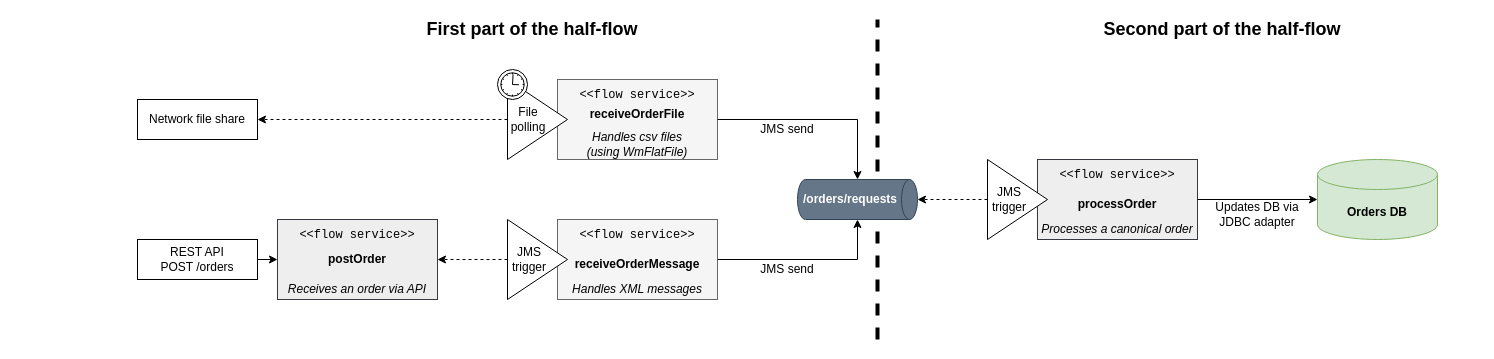
staillanibm/demoOrderManagement keeps this draw.io diagram as page "Simplified Architecture" (1 of 2) of resources/documentation/diagrams/diagrams.drawio. Above is the earlier version. Source tidied: cells renumbered, new cells numbered last; positions are measured from the earlier drawing's top-left corner, leaving out a move shared by most shapes. Both pictures are drawn from the tidied source at 100%, with x=0, y=0 at pixel (117, 19).
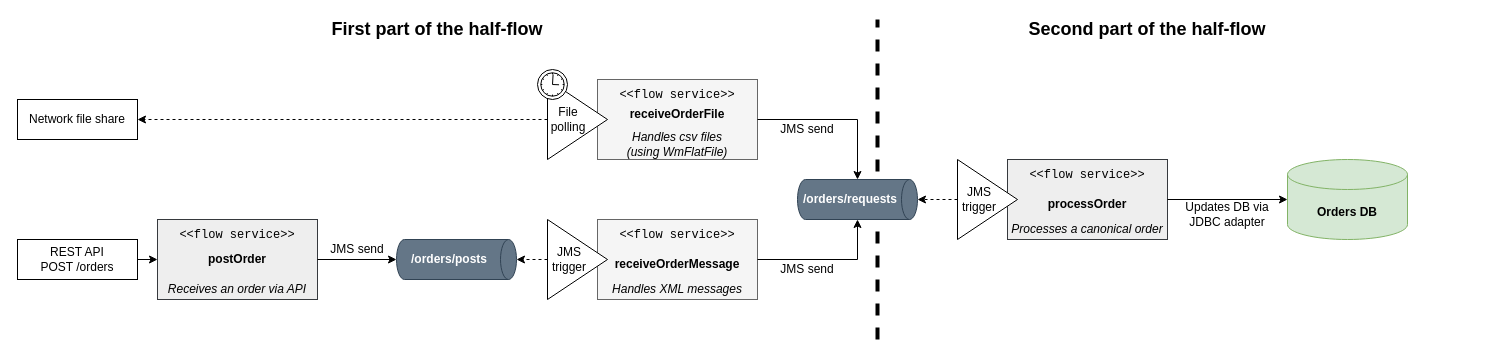
The same page after the edit.

What changed in the source:
```diff
@@
     <mxCell id="4" style="rounded=0;whiteSpace=wrap;html=1;fillColor=#eeeeee;strokeColor=#36393d;" parent="1" vertex="1">
-      <mxGeometry x="920" y="140" width="160" height="80" as="geometry" />
+      <mxGeometry x="890" y="140" width="160" height="80" as="geometry" />
     </mxCell>
     <mxCell id="5" style="triangle;whiteSpace=wrap;html=1;" parent="1" vertex="1">
-      <mxGeometry x="870" y="140" width="60" height="80" as="geometry" />
+      <mxGeometry x="840" y="140" width="60" height="80" as="geometry" />
     </mxCell>
     <mxCell id="6" value="Orders DB" style="shape=cylinder3;whiteSpace=wrap;html=1;boundedLbl=1;backgroundOutline=1;size=15;fillColor=#d5e8d4;strokeColor=#82b366;fontStyle=1;" parent="1" vertex="1">
-      <mxGeometry x="1200" y="140" width="120" height="80" as="geometry" />
+      <mxGeometry x="1170" y="140" width="120" height="80" as="geometry" />
     </mxCell>
     <mxCell id="7" style="rounded=0;whiteSpace=wrap;html=1;fillColor=#f5f5f5;fontColor=#333333;strokeColor=#666666;" parent="1" vertex="1">
-      <mxGeometry x="440" y="60" width="160" height="80" as="geometry" />
+      <mxGeometry x="480" y="60" width="160" height="80" as="geometry" />
     </mxCell>
     <mxCell id="8" style="rounded=0;whiteSpace=wrap;html=1;fillColor=#f5f5f5;fontColor=#333333;strokeColor=#666666;" parent="1" vertex="1">
-      <mxGeometry x="440" y="200" width="160" height="80" as="geometry" />
+      <mxGeometry x="480" y="200" width="160" height="80" as="geometry" />
     </mxCell>
     <mxCell id="9" value="&lt;font face=&quot;Courier New&quot;&gt;&amp;lt;&amp;lt;flow service&amp;gt;&amp;gt;&lt;/font&gt;" style="text;html=1;align=center;verticalAlign=middle;whiteSpace=wrap;rounded=0;" parent="1" vertex="1">
-      <mxGeometry x="920" y="140" width="160" height="30" as="geometry" />
+      <mxGeometry x="890" y="140" width="160" height="30" as="geometry" />
     </mxCell>
     <mxCell id="10" value="&lt;font face=&quot;Courier New&quot;&gt;&amp;lt;&amp;lt;flow service&amp;gt;&amp;gt;&lt;/font&gt;" style="text;html=1;align=center;verticalAlign=middle;whiteSpace=wrap;rounded=0;" parent="1" vertex="1">
-      <mxGeometry x="440" y="60" width="160" height="30" as="geometry" />
+      <mxGeometry x="480" y="60" width="160" height="30" as="geometry" />
     </mxCell>
     <mxCell id="11" value="&lt;font face=&quot;Courier New&quot;&gt;&amp;lt;&amp;lt;flow service&amp;gt;&amp;gt;&lt;/font&gt;" style="text;html=1;align=center;verticalAlign=middle;whiteSpace=wrap;rounded=0;" parent="1" vertex="1">
-      <mxGeometry x="440" y="200" width="160" height="30" as="geometry" />
+      <mxGeometry x="480" y="200" width="160" height="30" as="geometry" />
     </mxCell>
     <mxCell id="12" value="receiveOrderMessage" style="text;html=1;align=center;verticalAlign=middle;whiteSpace=wrap;rounded=0;fontStyle=1;" parent="1" vertex="1">
-      <mxGeometry x="440" y="230" width="160" height="30" as="geometry" />
+      <mxGeometry x="480" y="230" width="160" height="30" as="geometry" />
     </mxCell>
     <mxCell id="13" value="receiveOrderFile" style="text;html=1;align=center;verticalAlign=middle;whiteSpace=wrap;rounded=0;fontStyle=1;" parent="1" vertex="1">
-      <mxGeometry x="440" y="80" width="160" height="30" as="geometry" />
+      <mxGeometry x="480" y="80" width="160" height="30" as="geometry" />
     </mxCell>
@@
     <mxCell id="15" value="processOrder" style="text;html=1;align=center;verticalAlign=middle;whiteSpace=wrap;rounded=0;fontStyle=1;" parent="1" vertex="1">
-      <mxGeometry x="920" y="170" width="160" height="30" as="geometry" />
+      <mxGeometry x="890" y="170" width="160" height="30" as="geometry" />
     </mxCell>
@@
     <mxCell id="18" value="JMS send" style="text;html=1;align=center;verticalAlign=middle;whiteSpace=wrap;rounded=0;" parent="1" vertex="1">
-      <mxGeometry x="620" y="100" width="100" height="20" as="geometry" />
+      <mxGeometry x="640" y="100" width="100" height="20" as="geometry" />
     </mxCell>
     <mxCell id="19" value="JMS send" style="text;html=1;align=center;verticalAlign=middle;whiteSpace=wrap;rounded=0;" parent="1" vertex="1">
-      <mxGeometry x="620" y="240" width="100" height="20" as="geometry" />
+      <mxGeometry x="640" y="240" width="100" height="20" as="geometry" />
     </mxCell>
@@
     <mxCell id="21" value="JMS&lt;br&gt;trigger" style="text;html=1;align=center;verticalAlign=middle;whiteSpace=wrap;rounded=0;fontStyle=0;" parent="1" vertex="1">
-      <mxGeometry x="872" y="165" width="40" height="30" as="geometry" />
+      <mxGeometry x="842" y="165" width="40" height="30" as="geometry" />
     </mxCell>
@@
     <mxCell id="23" style="triangle;whiteSpace=wrap;html=1;" parent="1" vertex="1">
-      <mxGeometry x="390" y="60" width="60" height="80" as="geometry" />
+      <mxGeometry x="430" y="60" width="60" height="80" as="geometry" />
     </mxCell>
     <mxCell id="24" style="shape=mxgraph.bpmn.event;html=1;verticalLabelPosition=bottom;labelBackgroundColor=#ffffff;verticalAlign=top;align=center;perimeter=ellipsePerimeter;outline=standard;symbol=timer;" parent="1" vertex="1">
-      <mxGeometry x="380" y="50" width="30" height="30" as="geometry" />
+      <mxGeometry x="420" y="50" width="30" height="30" as="geometry" />
     </mxCell>
     <mxCell id="25" value="File polling" style="text;html=1;align=center;verticalAlign=middle;whiteSpace=wrap;rounded=0;fontStyle=0;" parent="1" vertex="1">
-      <mxGeometry x="391" y="85" width="40" height="30" as="geometry" />
+      <mxGeometry x="431" y="85" width="40" height="30" as="geometry" />
     </mxCell>
     <mxCell id="26" value="Handles csv files&lt;br&gt;(using WmFlatFile)" style="text;html=1;align=center;verticalAlign=middle;whiteSpace=wrap;rounded=0;fontStyle=2;" parent="1" vertex="1">
-      <mxGeometry x="440" y="110" width="160" height="30" as="geometry" />
+      <mxGeometry x="480" y="110" width="160" height="30" as="geometry" />
     </mxCell>
     <mxCell id="27" value="Handles XML messages" style="text;html=1;align=center;verticalAlign=middle;whiteSpace=wrap;rounded=0;fontStyle=2;" parent="1" vertex="1">
-      <mxGeometry x="440" y="260" width="160" height="20" as="geometry" />
+      <mxGeometry x="480" y="260" width="160" height="20" as="geometry" />
     </mxCell>
     <mxCell id="28" value="Processes a canonical order" style="text;html=1;align=center;verticalAlign=middle;whiteSpace=wrap;rounded=0;fontStyle=2;" parent="1" vertex="1">
-      <mxGeometry x="920" y="200" width="160" height="20" as="geometry" />
+      <mxGeometry x="890" y="200" width="160" height="20" as="geometry" />
     </mxCell>
-    <mxCell id="29" style="edgeStyle=orthogonalEdgeStyle;rounded=0;jettySize=auto;html=1;exitX=0;exitY=0.5;exitDx=0;exitDy=0;entryX=1;entryY=0.5;entryDx=0;entryDy=0;dashed=1;" parent="1" edge="1" source="30" target="34">
-      <mxGeometry relative="1" as="geometry" />
-    </mxCell>
     <mxCell id="30" style="triangle;whiteSpace=wrap;html=1;" parent="1" vertex="1">
-      <mxGeometry x="390" y="200" width="60" height="80" as="geometry" />
+      <mxGeometry x="430" y="200" width="60" height="80" as="geometry" />
     </mxCell>
+    <mxCell id="43" style="edgeStyle=orthogonalEdgeStyle;rounded=0;jettySize=auto;html=1;dashed=1;entryX=0.5;entryY=0;entryDx=0;entryDy=0;entryPerimeter=0;" parent="1" edge="1" target="44">
+      <mxGeometry relative="1" as="geometry">
+        <mxPoint x="430" y="240" as="sourcePoint" />
+      </mxGeometry>
+    </mxCell>
     <mxCell id="31" value="JMS&lt;br&gt;trigger" style="text;html=1;align=center;verticalAlign=middle;whiteSpace=wrap;rounded=0;fontStyle=0;" parent="1" vertex="1">
-      <mxGeometry x="392" y="225" width="40" height="30" as="geometry" />
+      <mxGeometry x="432" y="225" width="40" height="30" as="geometry" />
     </mxCell>
     <mxCell id="32" style="rounded=0;whiteSpace=wrap;html=1;fillColor=#eeeeee;strokeColor=#36393d;" parent="1" vertex="1">
-      <mxGeometry x="160" y="200" width="160" height="80" as="geometry" />
+      <mxGeometry x="40" y="200" width="160" height="80" as="geometry" />
     </mxCell>
     <mxCell id="33" value="&lt;font face=&quot;Courier New&quot;&gt;&amp;lt;&amp;lt;flow service&amp;gt;&amp;gt;&lt;/font&gt;" style="text;html=1;align=center;verticalAlign=middle;whiteSpace=wrap;rounded=0;" parent="1" vertex="1">
-      <mxGeometry x="160" y="200" width="160" height="30" as="geometry" />
+      <mxGeometry x="40" y="200" width="160" height="30" as="geometry" />
     </mxCell>
     <mxCell id="34" value="postOrder" style="text;html=1;align=center;verticalAlign=middle;whiteSpace=wrap;rounded=0;fontStyle=1;" parent="1" vertex="1">
-      <mxGeometry x="160" y="225" width="160" height="30" as="geometry" />
+      <mxGeometry x="40" y="225" width="160" height="30" as="geometry" />
     </mxCell>
     <mxCell id="35" value="Receives an order via API" style="text;html=1;align=center;verticalAlign=middle;whiteSpace=wrap;rounded=0;fontStyle=2;" parent="1" vertex="1">
-      <mxGeometry x="160" y="260" width="160" height="20" as="geometry" />
+      <mxGeometry x="40" y="260" width="160" height="20" as="geometry" />
     </mxCell>
@@
     <mxCell id="37" value="REST API&lt;br&gt;POST /orders" style="rounded=0;whiteSpace=wrap;html=1;" parent="1" vertex="1">
-      <mxGeometry x="20" y="220" width="120" height="40" as="geometry" />
+      <mxGeometry x="-100" y="220" width="120" height="40" as="geometry" />
     </mxCell>
     <mxCell id="38" value="Network file share" style="rounded=0;whiteSpace=wrap;html=1;" parent="1" vertex="1">
-      <mxGeometry x="20" y="80" width="120" height="40" as="geometry" />
+      <mxGeometry x="-100" y="80" width="120" height="40" as="geometry" />
     </mxCell>
@@
     <mxCell id="40" value="Updates DB via JDBC adapter" style="text;html=1;align=center;verticalAlign=middle;whiteSpace=wrap;rounded=0;" parent="1" vertex="1">
-      <mxGeometry x="1090" y="180" width="100" height="30" as="geometry" />
+      <mxGeometry x="1060" y="180" width="100" height="30" as="geometry" />
     </mxCell>
     <mxCell id="41" value="First part of the half-flow" style="rounded=0;whiteSpace=wrap;html=1;strokeColor=none;fillColor=none;fontStyle=1;fontSize=18;" parent="1" vertex="1">
-      <mxGeometry width="830" height="20" as="geometry" />
+      <mxGeometry x="-100" width="840" height="20" as="geometry" />
     </mxCell>
     <mxCell id="42" value="Second part of the half-flow" style="rounded=0;whiteSpace=wrap;html=1;strokeColor=none;fillColor=none;fontStyle=1;fontSize=18;" parent="1" vertex="1">
-      <mxGeometry x="850" width="510" height="20" as="geometry" />
+      <mxGeometry x="780" width="500" height="20" as="geometry" />
     </mxCell>
+    <mxCell id="44" style="shape=cylinder3;whiteSpace=wrap;html=1;boundedLbl=1;backgroundOutline=1;size=8;rotation=90;fillColor=#647687;fontColor=#ffffff;strokeColor=#314354;" parent="1" vertex="1">
+      <mxGeometry x="319" y="180" width="40" height="120" as="geometry" />
+    </mxCell>
+    <mxCell id="45" value="/orders/posts" style="text;html=1;align=center;verticalAlign=middle;whiteSpace=wrap;rounded=0;fontStyle=1;fontColor=#ffffff;" parent="1" vertex="1">
+      <mxGeometry x="282" y="225" width="100" height="30" as="geometry" />
+    </mxCell>
+    <mxCell id="46" style="edgeStyle=orthogonalEdgeStyle;rounded=0;jettySize=auto;html=1;exitX=1;exitY=0.5;exitDx=0;exitDy=0;entryX=0.5;entryY=1;entryDx=0;entryDy=0;entryPerimeter=0;" parent="1" edge="1" source="34" target="44">
+      <mxGeometry relative="1" as="geometry" />
+    </mxCell>
+    <mxCell id="47" value="JMS send" style="text;html=1;align=center;verticalAlign=middle;whiteSpace=wrap;rounded=0;" parent="1" vertex="1">
+      <mxGeometry x="200" y="220" width="80" height="20" as="geometry" />
+    </mxCell>
```
